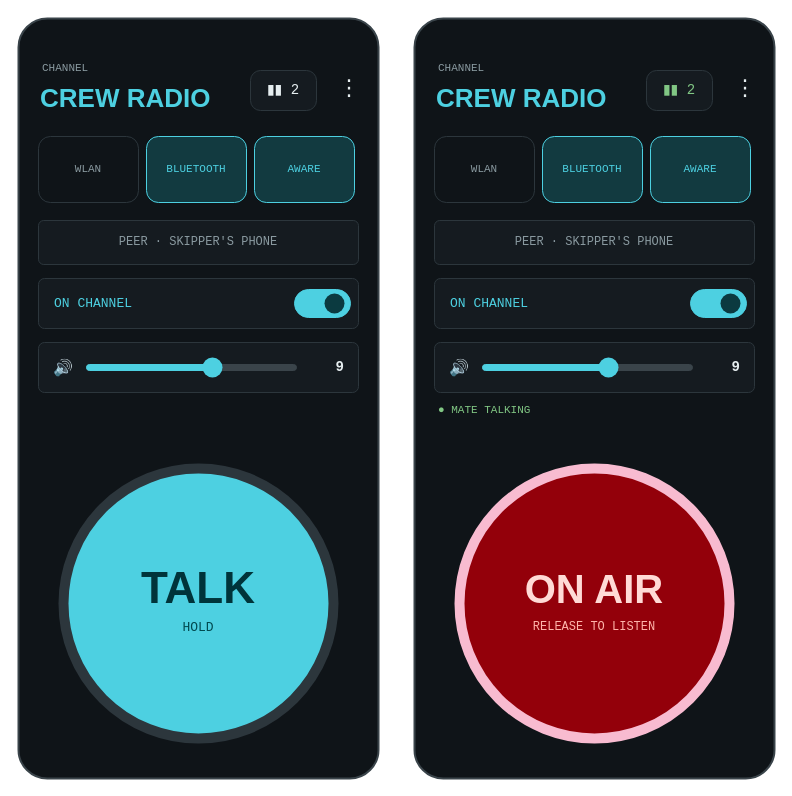
KEGustafsson/crew-radio keeps this draw.io diagram as docs/diagrams/screens-quickstart.drawio. Above is the earlier version. Source tidied: cells renumbered, new cells numbered last; positions are measured from the earlier drawing's top-left corner, leaving out a move shared by most shapes. Both pictures are drawn from the tidied source at 100%, with x=0, y=0 at pixel (18, 18).
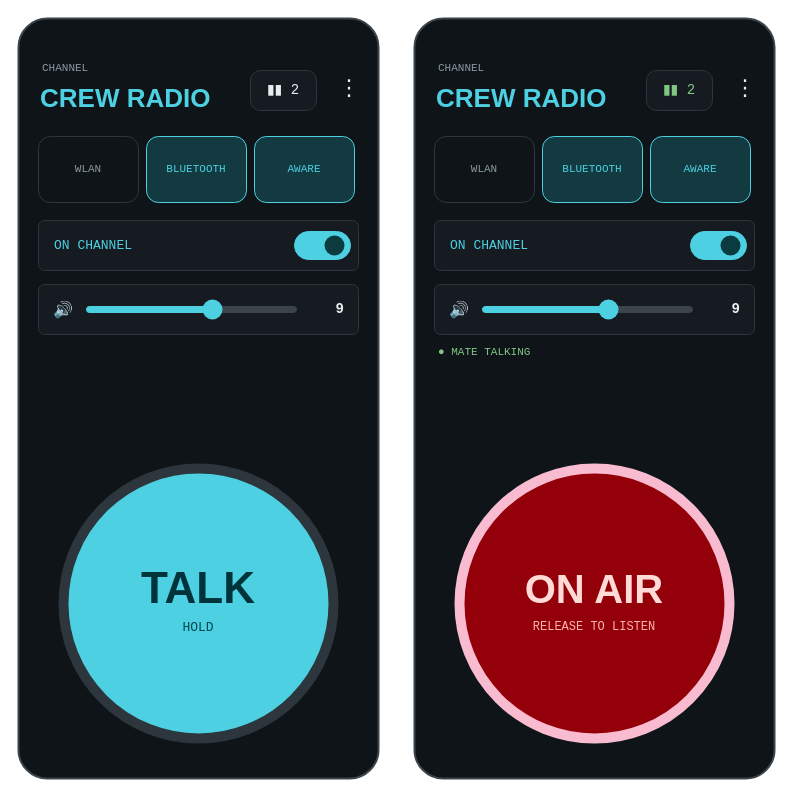
The same diagram, later.

The edit, as a diff of the source:
```diff
@@
-    <mxCell id="10" value="PEER · SKIPPER'S PHONE" style="rounded=1;arcSize=12;whiteSpace=wrap;html=1;fillColor=#151B20;strokeColor=#2C363C;strokeWidth=1;fontSize=12;fontColor=#8A9AA0;fontFamily=Courier New;" parent="1" vertex="1">
-      <mxGeometry x="20" y="202" width="320" height="44" as="geometry" />
-    </mxCell>
     <mxCell id="11" style="rounded=1;arcSize=12;whiteSpace=wrap;html=1;fillColor=#151B20;strokeColor=#2C363C;strokeWidth=1;fontSize=12;fontColor=#E6EEF0;fontFamily=Courier New;" parent="1" vertex="1">
-      <mxGeometry x="20" y="260" width="320" height="50" as="geometry" />
+      <mxGeometry x="20" y="202" width="320" height="50" as="geometry" />
     </mxCell>
     <mxCell id="12" value="ON CHANNEL" style="text;html=1;whiteSpace=wrap;align=left;verticalAlign=middle;fontSize=13;fontColor=#4DD0E1;fontFamily=Courier New;spacing=0;" parent="1" vertex="1">
-      <mxGeometry x="36" y="268" width="200" height="34" as="geometry" />
+      <mxGeometry x="36" y="210" width="200" height="34" as="geometry" />
     </mxCell>
     <mxCell id="13" style="rounded=1;arcSize=50;whiteSpace=wrap;html=1;fillColor=#4DD0E1;strokeColor=#4DD0E1;strokeWidth=1;fontSize=12;fontColor=#E6EEF0;fontFamily=Courier New;" parent="1" vertex="1">
-      <mxGeometry x="276" y="271" width="56" height="28" as="geometry" />
+      <mxGeometry x="276" y="213" width="56" height="28" as="geometry" />
     </mxCell>
     <mxCell id="14" style="ellipse;whiteSpace=wrap;html=1;fillColor=#0B3A40;strokeColor=none;" parent="1" vertex="1">
-      <mxGeometry x="306" y="275" width="20" height="20" as="geometry" />
+      <mxGeometry x="306" y="217" width="20" height="20" as="geometry" />
     </mxCell>
     <mxCell id="15" style="rounded=1;arcSize=12;whiteSpace=wrap;html=1;fillColor=#151B20;strokeColor=#2C363C;strokeWidth=1;fontSize=12;fontColor=#E6EEF0;fontFamily=Courier New;" parent="1" vertex="1">
-      <mxGeometry x="20" y="324" width="320" height="50" as="geometry" />
+      <mxGeometry x="20" y="266" width="320" height="50" as="geometry" />
     </mxCell>
     <mxCell id="16" value="🔊" style="text;html=1;whiteSpace=wrap;align=center;verticalAlign=middle;fontSize=16;fontColor=#E6EEF0;fontFamily=Helvetica;spacing=0;" parent="1" vertex="1">
-      <mxGeometry x="30" y="334" width="30" height="30" as="geometry" />
+      <mxGeometry x="30" y="276" width="30" height="30" as="geometry" />
     </mxCell>
     <mxCell id="17" style="rounded=1;arcSize=50;whiteSpace=wrap;html=1;fillColor=#3A444A;strokeColor=#3A444A;strokeWidth=1;fontSize=12;fontColor=#E6EEF0;fontFamily=Courier New;" parent="1" vertex="1">
-      <mxGeometry x="68" y="346" width="210" height="6" as="geometry" />
+      <mxGeometry x="68" y="288" width="210" height="6" as="geometry" />
     </mxCell>
     <mxCell id="18" style="rounded=1;arcSize=50;whiteSpace=wrap;html=1;fillColor=#4DD0E1;strokeColor=#4DD0E1;strokeWidth=1;fontSize=12;fontColor=#E6EEF0;fontFamily=Courier New;" parent="1" vertex="1">
-      <mxGeometry x="68" y="346" width="126" height="6" as="geometry" />
+      <mxGeometry x="68" y="288" width="126" height="6" as="geometry" />
     </mxCell>
     <mxCell id="19" style="ellipse;whiteSpace=wrap;html=1;fillColor=#4DD0E1;strokeColor=none;" parent="1" vertex="1">
-      <mxGeometry x="184" y="339" width="20" height="20" as="geometry" />
+      <mxGeometry x="184" y="281" width="20" height="20" as="geometry" />
     </mxCell>
     <mxCell id="20" value="9" style="text;html=1;whiteSpace=wrap;align=right;verticalAlign=middle;fontSize=14;fontColor=#E6EEF0;fontFamily=Courier New;fontStyle=1;spacing=0;" parent="1" vertex="1">
-      <mxGeometry x="286" y="336" width="40" height="26" as="geometry" />
+      <mxGeometry x="286" y="278" width="40" height="26" as="geometry" />
     </mxCell>
@@
-    <mxCell id="32" value="PEER · SKIPPER'S PHONE" style="rounded=1;arcSize=12;whiteSpace=wrap;html=1;fillColor=#151B20;strokeColor=#2C363C;strokeWidth=1;fontSize=12;fontColor=#8A9AA0;fontFamily=Courier New;" parent="1" vertex="1">
-      <mxGeometry x="416" y="202" width="320" height="44" as="geometry" />
-    </mxCell>
     <mxCell id="33" style="rounded=1;arcSize=12;whiteSpace=wrap;html=1;fillColor=#151B20;strokeColor=#2C363C;strokeWidth=1;fontSize=12;fontColor=#E6EEF0;fontFamily=Courier New;" parent="1" vertex="1">
-      <mxGeometry x="416" y="260" width="320" height="50" as="geometry" />
+      <mxGeometry x="416" y="202" width="320" height="50" as="geometry" />
     </mxCell>
     <mxCell id="34" value="ON CHANNEL" style="text;html=1;whiteSpace=wrap;align=left;verticalAlign=middle;fontSize=13;fontColor=#4DD0E1;fontFamily=Courier New;spacing=0;" parent="1" vertex="1">
-      <mxGeometry x="432" y="268" width="200" height="34" as="geometry" />
+      <mxGeometry x="432" y="210" width="200" height="34" as="geometry" />
     </mxCell>
     <mxCell id="35" style="rounded=1;arcSize=50;whiteSpace=wrap;html=1;fillColor=#4DD0E1;strokeColor=#4DD0E1;strokeWidth=1;fontSize=12;fontColor=#E6EEF0;fontFamily=Courier New;" parent="1" vertex="1">
-      <mxGeometry x="672" y="271" width="56" height="28" as="geometry" />
+      <mxGeometry x="672" y="213" width="56" height="28" as="geometry" />
     </mxCell>
     <mxCell id="36" style="ellipse;whiteSpace=wrap;html=1;fillColor=#0B3A40;strokeColor=none;" parent="1" vertex="1">
-      <mxGeometry x="702" y="275" width="20" height="20" as="geometry" />
+      <mxGeometry x="702" y="217" width="20" height="20" as="geometry" />
     </mxCell>
     <mxCell id="37" style="rounded=1;arcSize=12;whiteSpace=wrap;html=1;fillColor=#151B20;strokeColor=#2C363C;strokeWidth=1;fontSize=12;fontColor=#E6EEF0;fontFamily=Courier New;" parent="1" vertex="1">
-      <mxGeometry x="416" y="324" width="320" height="50" as="geometry" />
+      <mxGeometry x="416" y="266" width="320" height="50" as="geometry" />
     </mxCell>
     <mxCell id="38" value="🔊" style="text;html=1;whiteSpace=wrap;align=center;verticalAlign=middle;fontSize=16;fontColor=#E6EEF0;fontFamily=Helvetica;spacing=0;" parent="1" vertex="1">
-      <mxGeometry x="426" y="334" width="30" height="30" as="geometry" />
+      <mxGeometry x="426" y="276" width="30" height="30" as="geometry" />
     </mxCell>
     <mxCell id="39" style="rounded=1;arcSize=50;whiteSpace=wrap;html=1;fillColor=#3A444A;strokeColor=#3A444A;strokeWidth=1;fontSize=12;fontColor=#E6EEF0;fontFamily=Courier New;" parent="1" vertex="1">
-      <mxGeometry x="464" y="346" width="210" height="6" as="geometry" />
+      <mxGeometry x="464" y="288" width="210" height="6" as="geometry" />
     </mxCell>
     <mxCell id="40" style="rounded=1;arcSize=50;whiteSpace=wrap;html=1;fillColor=#4DD0E1;strokeColor=#4DD0E1;strokeWidth=1;fontSize=12;fontColor=#E6EEF0;fontFamily=Courier New;" parent="1" vertex="1">
-      <mxGeometry x="464" y="346" width="126" height="6" as="geometry" />
+      <mxGeometry x="464" y="288" width="126" height="6" as="geometry" />
     </mxCell>
     <mxCell id="41" style="ellipse;whiteSpace=wrap;html=1;fillColor=#4DD0E1;strokeColor=none;" parent="1" vertex="1">
-      <mxGeometry x="580" y="339" width="20" height="20" as="geometry" />
+      <mxGeometry x="580" y="281" width="20" height="20" as="geometry" />
     </mxCell>
     <mxCell id="42" value="9" style="text;html=1;whiteSpace=wrap;align=right;verticalAlign=middle;fontSize=14;fontColor=#E6EEF0;fontFamily=Courier New;fontStyle=1;spacing=0;" parent="1" vertex="1">
-      <mxGeometry x="682" y="336" width="40" height="26" as="geometry" />
+      <mxGeometry x="682" y="278" width="40" height="26" as="geometry" />
     </mxCell>
     <mxCell id="43" value="● MATE TALKING" style="text;html=1;whiteSpace=wrap;align=left;verticalAlign=middle;fontSize=11;fontColor=#81C784;fontFamily=Courier New;spacing=0;" parent="1" vertex="1">
-      <mxGeometry x="420" y="382" width="300" height="20" as="geometry" />
+      <mxGeometry x="420" y="324" width="300" height="20" as="geometry" />
     </mxCell>
```
